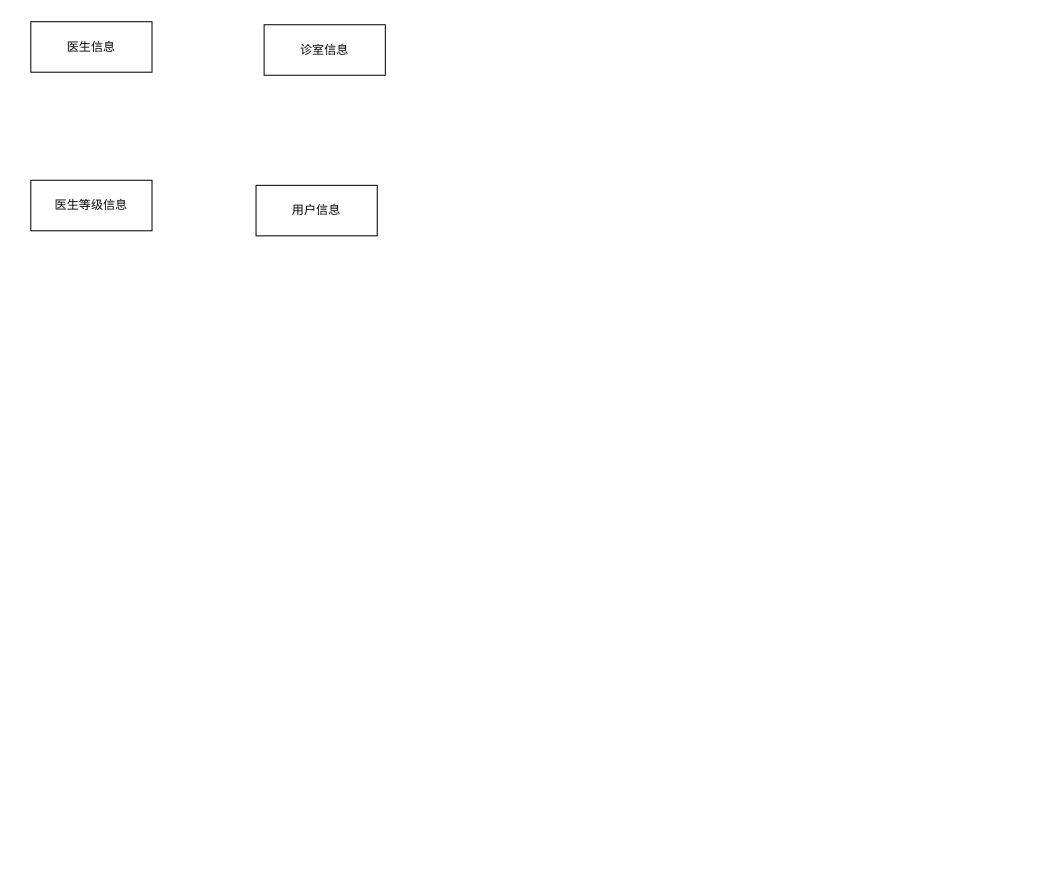
The draw.io diagram 未命名绘图.drawio in uonono/ioDraw, before the edit. Source tidied: cells renumbered, new cells numbered last; positions are measured from the earlier drawing's top-left corner, leaving out a move shared by most shapes. Both pictures are drawn from the tidied source at 101%, with x=0, y=0 at pixel (30, 21).
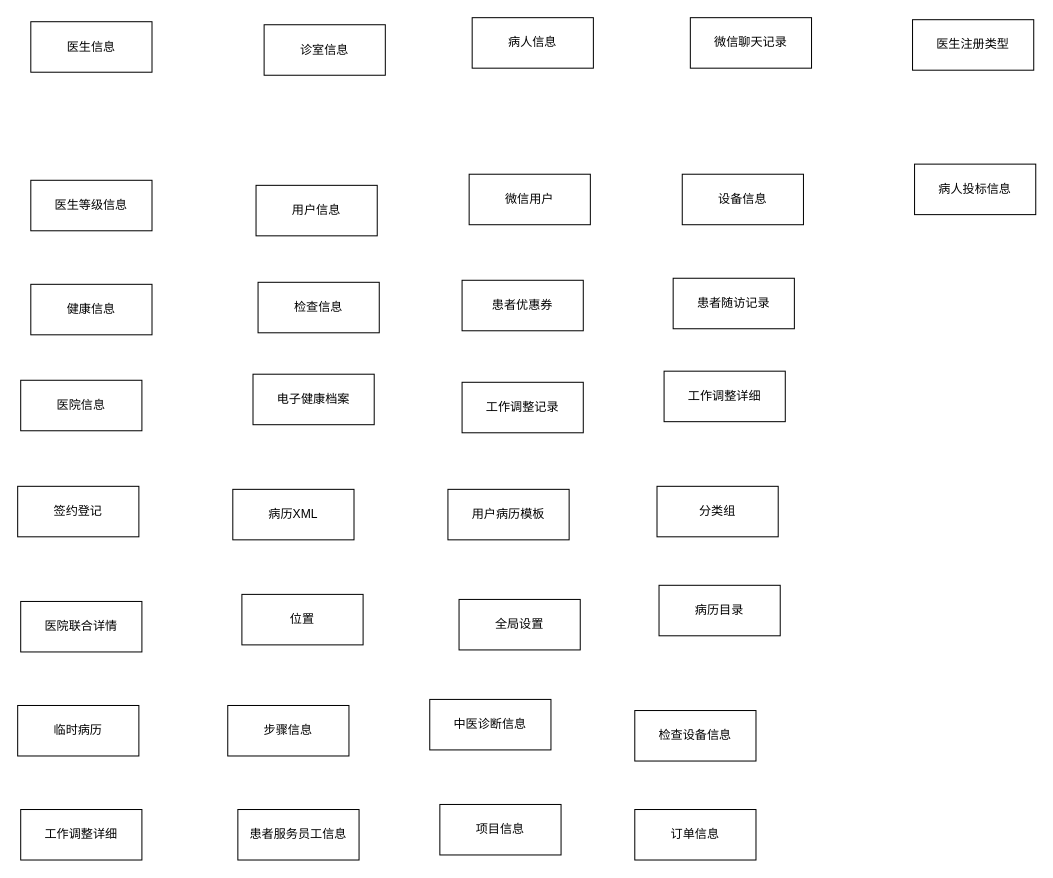
The same diagram, later.

Commit message (it also covers changes not shown here):
更新未命名绘图.drawio

The edit, as a diff of the source:
```diff
@@
+    <mxCell id="6" value="病人信息" style="rounded=0;whiteSpace=wrap;html=1;" parent="1" vertex="1">
+      <mxGeometry x="437" y="-4" width="120" height="50" as="geometry" />
+    </mxCell>
+    <mxCell id="7" value="微信用户" style="rounded=0;whiteSpace=wrap;html=1;" parent="1" vertex="1">
+      <mxGeometry x="434" y="151" width="120" height="50" as="geometry" />
+    </mxCell>
+    <mxCell id="8" value="健康信息" style="rounded=0;whiteSpace=wrap;html=1;" parent="1" vertex="1">
+      <mxGeometry y="260" width="120" height="50" as="geometry" />
+    </mxCell>
+    <mxCell id="9" value="检查信息" style="rounded=0;whiteSpace=wrap;html=1;" parent="1" vertex="1">
+      <mxGeometry x="225" y="258" width="120" height="50" as="geometry" />
+    </mxCell>
+    <mxCell id="10" value="患者优惠券" style="rounded=0;whiteSpace=wrap;html=1;" parent="1" vertex="1">
+      <mxGeometry x="427" y="256" width="120" height="50" as="geometry" />
+    </mxCell>
+    <mxCell id="11" value="微信聊天记录" style="rounded=0;whiteSpace=wrap;html=1;" parent="1" vertex="1">
+      <mxGeometry x="653" y="-4" width="120" height="50" as="geometry" />
+    </mxCell>
+    <mxCell id="12" value="设备信息" style="rounded=0;whiteSpace=wrap;html=1;" parent="1" vertex="1">
+      <mxGeometry x="645" y="151" width="120" height="50" as="geometry" />
+    </mxCell>
+    <mxCell id="13" value="患者随访记录" style="rounded=0;whiteSpace=wrap;html=1;" parent="1" vertex="1">
+      <mxGeometry x="636" y="254" width="120" height="50" as="geometry" />
+    </mxCell>
+    <mxCell id="14" value="医院信息" style="rounded=0;whiteSpace=wrap;html=1;" parent="1" vertex="1">
+      <mxGeometry x="-10" y="355" width="120" height="50" as="geometry" />
+    </mxCell>
+    <mxCell id="15" value="电子健康档案" style="rounded=0;whiteSpace=wrap;html=1;" parent="1" vertex="1">
+      <mxGeometry x="220" y="349" width="120" height="50" as="geometry" />
+    </mxCell>
+    <mxCell id="16" value="工作调整记录" style="rounded=0;whiteSpace=wrap;html=1;" parent="1" vertex="1">
+      <mxGeometry x="427" y="357" width="120" height="50" as="geometry" />
+    </mxCell>
+    <mxCell id="17" value="工作调整详细" style="rounded=0;whiteSpace=wrap;html=1;" parent="1" vertex="1">
+      <mxGeometry x="627" y="346" width="120" height="50" as="geometry" />
+    </mxCell>
+    <mxCell id="18" value="签约登记" style="rounded=0;whiteSpace=wrap;html=1;" parent="1" vertex="1">
+      <mxGeometry x="-13" y="460" width="120" height="50" as="geometry" />
+    </mxCell>
+    <mxCell id="19" value="病历XML" style="rounded=0;whiteSpace=wrap;html=1;" parent="1" vertex="1">
+      <mxGeometry x="200" y="463" width="120" height="50" as="geometry" />
+    </mxCell>
+    <mxCell id="20" value="用户病历模板" style="rounded=0;whiteSpace=wrap;html=1;" parent="1" vertex="1">
+      <mxGeometry x="413" y="463" width="120" height="50" as="geometry" />
+    </mxCell>
+    <mxCell id="21" value="分类组" style="rounded=0;whiteSpace=wrap;html=1;" parent="1" vertex="1">
+      <mxGeometry x="620" y="460" width="120" height="50" as="geometry" />
+    </mxCell>
+    <mxCell id="22" value="医院联合详情" style="rounded=0;whiteSpace=wrap;html=1;" parent="1" vertex="1">
+      <mxGeometry x="-10" y="574" width="120" height="50" as="geometry" />
+    </mxCell>
+    <mxCell id="23" value="位置" style="rounded=0;whiteSpace=wrap;html=1;" parent="1" vertex="1">
+      <mxGeometry x="209" y="567" width="120" height="50" as="geometry" />
+    </mxCell>
+    <mxCell id="24" value="全局设置" style="rounded=0;whiteSpace=wrap;html=1;" parent="1" vertex="1">
+      <mxGeometry x="424" y="572" width="120" height="50" as="geometry" />
+    </mxCell>
+    <mxCell id="25" value="病历目录" style="rounded=0;whiteSpace=wrap;html=1;" parent="1" vertex="1">
+      <mxGeometry x="622" y="558" width="120" height="50" as="geometry" />
+    </mxCell>
+    <mxCell id="26" value="临时病历" style="rounded=0;whiteSpace=wrap;html=1;" parent="1" vertex="1">
+      <mxGeometry x="-13" y="677" width="120" height="50" as="geometry" />
+    </mxCell>
+    <mxCell id="27" value="步骤信息" style="rounded=0;whiteSpace=wrap;html=1;" parent="1" vertex="1">
+      <mxGeometry x="195" y="677" width="120" height="50" as="geometry" />
+    </mxCell>
+    <mxCell id="28" value="中医诊断信息" style="rounded=0;whiteSpace=wrap;html=1;" parent="1" vertex="1">
+      <mxGeometry x="395" y="671" width="120" height="50" as="geometry" />
+    </mxCell>
+    <mxCell id="29" value="检查设备信息" style="rounded=0;whiteSpace=wrap;html=1;" parent="1" vertex="1">
+      <mxGeometry x="598" y="682" width="120" height="50" as="geometry" />
+    </mxCell>
+    <mxCell id="30" value="工作调整详细" style="rounded=0;whiteSpace=wrap;html=1;" parent="1" vertex="1">
+      <mxGeometry x="-10" y="780" width="120" height="50" as="geometry" />
+    </mxCell>
+    <mxCell id="31" value=" 患者服务员工信息" style="rounded=0;whiteSpace=wrap;html=1;" parent="1" vertex="1">
+      <mxGeometry x="205" y="780" width="120" height="50" as="geometry" />
+    </mxCell>
+    <mxCell id="32" value=" 项目信息" style="rounded=0;whiteSpace=wrap;html=1;" parent="1" vertex="1">
+      <mxGeometry x="405" y="775" width="120" height="50" as="geometry" />
+    </mxCell>
+    <mxCell id="33" value=" 订单信息" style="rounded=0;whiteSpace=wrap;html=1;" parent="1" vertex="1">
+      <mxGeometry x="598" y="780" width="120" height="50" as="geometry" />
+    </mxCell>
+    <mxCell id="34" value="医生注册类型" style="rounded=0;whiteSpace=wrap;html=1;" parent="1" vertex="1">
+      <mxGeometry x="873" y="-2" width="120" height="50" as="geometry" />
+    </mxCell>
+    <mxCell id="35" value="病人投标信息" style="rounded=0;whiteSpace=wrap;html=1;" parent="1" vertex="1">
+      <mxGeometry x="875" y="141" width="120" height="50" as="geometry" />
+    </mxCell>
```
